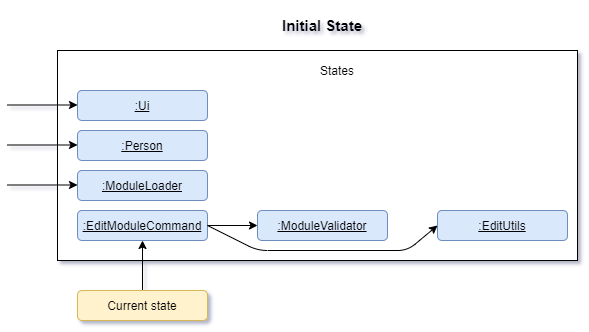
Above: docs/images/DeveloperGuide/editModuleCommand_initialState.png in vanessa-kang/tp (draw.io), before the change. Source tidied: cells renumbered, new cells last; positions are measured from the earlier drawing's top-left corner, leaving out a move shared by most shapes. The source it was exported from:
```xml
<mxGraphModel shadow="1">
  <root>
    <mxCell id="0" />
    <mxCell id="1" parent="0" />
    <mxCell id="2" value="&lt;font style=&quot;font-size: 15px&quot;&gt;&lt;b&gt;Initial State&lt;/b&gt;&lt;/font&gt;" style="text;html=1;strokeColor=none;fillColor=none;align=center;verticalAlign=middle;whiteSpace=wrap;rounded=0;" parent="1" vertex="1">
      <mxGeometry x="270" width="90" height="50" as="geometry" />
    </mxCell>
    <mxCell id="3" style="rounded=0;whiteSpace=wrap;html=1;" parent="1" vertex="1">
      <mxGeometry x="50" y="50" width="520" height="210" as="geometry" />
    </mxCell>
    <mxCell id="4" value="States" style="text;html=1;strokeColor=none;fillColor=none;align=center;verticalAlign=middle;whiteSpace=wrap;rounded=0;" parent="1" vertex="1">
      <mxGeometry x="310" y="60" width="40" height="20" as="geometry" />
    </mxCell>
    <mxCell id="5" value=":Ui" style="rounded=1;whiteSpace=wrap;html=1;fillColor=#dae8fc;strokeColor=#6c8ebf;fontStyle=4;" parent="1" vertex="1">
      <mxGeometry x="70" y="90" width="130" height="30" as="geometry" />
    </mxCell>
    <mxCell id="6" value=":Person" style="rounded=1;whiteSpace=wrap;html=1;fillColor=#dae8fc;strokeColor=#6c8ebf;fontStyle=4;" parent="1" vertex="1">
      <mxGeometry x="70" y="130" width="130" height="30" as="geometry" />
    </mxCell>
    <mxCell id="7" value=":ModuleLoader" style="rounded=1;whiteSpace=wrap;html=1;fillColor=#dae8fc;strokeColor=#6c8ebf;fontStyle=4;" parent="1" vertex="1">
      <mxGeometry x="70" y="170" width="130" height="30" as="geometry" />
    </mxCell>
    <mxCell id="8" value=":EditModuleCommand" style="rounded=1;whiteSpace=wrap;html=1;fillColor=#dae8fc;strokeColor=#6c8ebf;fontStyle=4;" parent="1" vertex="1">
      <mxGeometry x="70" y="210" width="130" height="30" as="geometry" />
    </mxCell>
    <mxCell id="9" value=":ModuleValidator" style="rounded=1;whiteSpace=wrap;html=1;fillColor=#dae8fc;strokeColor=#6c8ebf;fontStyle=4;" parent="1" vertex="1">
      <mxGeometry x="250" y="210" width="130" height="30" as="geometry" />
    </mxCell>
    <mxCell id="10" value=":EditUtils" style="rounded=1;whiteSpace=wrap;html=1;fillColor=#dae8fc;strokeColor=#6c8ebf;fontStyle=4;" parent="1" vertex="1">
      <mxGeometry x="430" y="210" width="130" height="30" as="geometry" />
    </mxCell>
    <mxCell id="11" style="endArrow=classic;html=1;" parent="1" edge="1">
      <mxGeometry relative="1" as="geometry">
        <mxPoint y="104.5" as="sourcePoint" />
        <mxPoint x="70" y="104.5" as="targetPoint" />
      </mxGeometry>
    </mxCell>
    <mxCell id="12" style="endArrow=classic;html=1;entryX=0.5;entryY=1;entryDx=0;entryDy=0;" parent="1" edge="1" target="8">
      <mxGeometry relative="1" as="geometry">
        <mxPoint x="135" y="290" as="sourcePoint" />
      </mxGeometry>
    </mxCell>
    <mxCell id="13" style="endArrow=classic;html=1;" parent="1" edge="1">
      <mxGeometry relative="1" as="geometry">
        <mxPoint y="144.5" as="sourcePoint" />
        <mxPoint x="70" y="144.5" as="targetPoint" />
      </mxGeometry>
    </mxCell>
    <mxCell id="14" style="endArrow=classic;html=1;" parent="1" edge="1">
      <mxGeometry relative="1" as="geometry">
        <mxPoint y="184.5" as="sourcePoint" />
        <mxPoint x="70" y="184.5" as="targetPoint" />
      </mxGeometry>
    </mxCell>
    <mxCell id="15" value="Current state" style="rounded=1;whiteSpace=wrap;html=1;fillColor=#fff2cc;strokeColor=#d6b656;fontStyle=0;" parent="1" vertex="1">
      <mxGeometry x="70" y="290" width="130" height="30" as="geometry" />
    </mxCell>
    <mxCell id="16" style="endArrow=classic;html=1;entryX=0;entryY=0.5;entryDx=0;entryDy=0;" parent="1" edge="1" target="9">
      <mxGeometry relative="1" as="geometry">
        <mxPoint x="200" y="225" as="sourcePoint" />
      </mxGeometry>
    </mxCell>
    <mxCell id="17" style="endArrow=classic;html=1;entryX=0;entryY=0.5;entryDx=0;entryDy=0;exitX=1;exitY=0.5;exitDx=0;exitDy=0;" parent="1" edge="1" source="8" target="10">
      <mxGeometry relative="1" as="geometry">
        <Array as="points">
          <mxPoint x="250" y="250" />
          <mxPoint x="400" y="250" />
        </Array>
      </mxGeometry>
    </mxCell>
  </root>
</mxGraphModel>
```
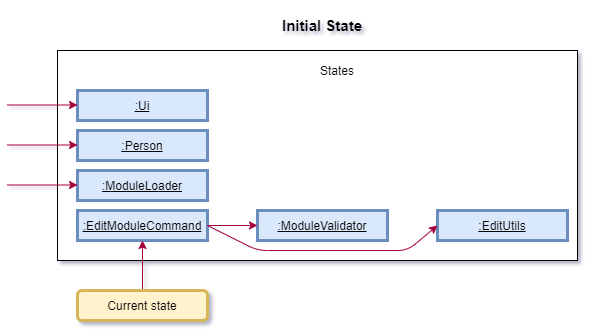
After the change.

Commit message:
Amended state diagram formats in DG

Change to the diagram source:
```diff
@@ -11,56 +11,56 @@
     <mxCell id="4" value="States" style="text;html=1;strokeColor=none;fillColor=none;align=center;verticalAlign=middle;whiteSpace=wrap;rounded=0;" parent="1" vertex="1">
       <mxGeometry x="310" y="60" width="40" height="20" as="geometry" />
     </mxCell>
-    <mxCell id="5" value=":Ui" style="rounded=1;whiteSpace=wrap;html=1;fillColor=#dae8fc;strokeColor=#6c8ebf;fontStyle=4;" parent="1" vertex="1">
+    <mxCell id="5" value=":Ui" style="rounded=0;whiteSpace=wrap;html=1;fillColor=#dae8fc;strokeColor=#6c8ebf;fontStyle=4;strokeWidth=3;" parent="1" vertex="1">
       <mxGeometry x="70" y="90" width="130" height="30" as="geometry" />
     </mxCell>
-    <mxCell id="6" value=":Person" style="rounded=1;whiteSpace=wrap;html=1;fillColor=#dae8fc;strokeColor=#6c8ebf;fontStyle=4;" parent="1" vertex="1">
+    <mxCell id="6" value=":Person" style="rounded=0;whiteSpace=wrap;html=1;fillColor=#dae8fc;strokeColor=#6c8ebf;fontStyle=4;strokeWidth=3;" parent="1" vertex="1">
       <mxGeometry x="70" y="130" width="130" height="30" as="geometry" />
     </mxCell>
-    <mxCell id="7" value=":ModuleLoader" style="rounded=1;whiteSpace=wrap;html=1;fillColor=#dae8fc;strokeColor=#6c8ebf;fontStyle=4;" parent="1" vertex="1">
+    <mxCell id="7" value=":ModuleLoader" style="rounded=0;whiteSpace=wrap;html=1;fillColor=#dae8fc;strokeColor=#6c8ebf;fontStyle=4;strokeWidth=3;" parent="1" vertex="1">
       <mxGeometry x="70" y="170" width="130" height="30" as="geometry" />
     </mxCell>
-    <mxCell id="8" value=":EditModuleCommand" style="rounded=1;whiteSpace=wrap;html=1;fillColor=#dae8fc;strokeColor=#6c8ebf;fontStyle=4;" parent="1" vertex="1">
+    <mxCell id="8" value=":EditModuleCommand" style="rounded=0;whiteSpace=wrap;html=1;fillColor=#dae8fc;strokeColor=#6c8ebf;fontStyle=4;strokeWidth=3;" parent="1" vertex="1">
       <mxGeometry x="70" y="210" width="130" height="30" as="geometry" />
     </mxCell>
-    <mxCell id="9" value=":ModuleValidator" style="rounded=1;whiteSpace=wrap;html=1;fillColor=#dae8fc;strokeColor=#6c8ebf;fontStyle=4;" parent="1" vertex="1">
+    <mxCell id="9" value=":ModuleValidator" style="rounded=0;whiteSpace=wrap;html=1;fillColor=#dae8fc;strokeColor=#6c8ebf;fontStyle=4;strokeWidth=3;" parent="1" vertex="1">
       <mxGeometry x="250" y="210" width="130" height="30" as="geometry" />
     </mxCell>
-    <mxCell id="10" value=":EditUtils" style="rounded=1;whiteSpace=wrap;html=1;fillColor=#dae8fc;strokeColor=#6c8ebf;fontStyle=4;" parent="1" vertex="1">
+    <mxCell id="10" value=":EditUtils" style="rounded=0;whiteSpace=wrap;html=1;fillColor=#dae8fc;strokeColor=#6c8ebf;fontStyle=4;strokeWidth=3;" parent="1" vertex="1">
       <mxGeometry x="430" y="210" width="130" height="30" as="geometry" />
     </mxCell>
-    <mxCell id="11" style="endArrow=classic;html=1;" parent="1" edge="1">
+    <mxCell id="11" style="endArrow=classic;html=1;fillColor=#d80073;strokeColor=#A50040;" parent="1" edge="1">
       <mxGeometry relative="1" as="geometry">
         <mxPoint y="104.5" as="sourcePoint" />
         <mxPoint x="70" y="104.5" as="targetPoint" />
       </mxGeometry>
     </mxCell>
-    <mxCell id="12" style="endArrow=classic;html=1;entryX=0.5;entryY=1;entryDx=0;entryDy=0;" parent="1" edge="1" target="8">
+    <mxCell id="12" style="endArrow=classic;html=1;entryX=0.5;entryY=1;entryDx=0;entryDy=0;fillColor=#d80073;strokeColor=#A50040;" parent="1" edge="1" target="8">
       <mxGeometry relative="1" as="geometry">
         <mxPoint x="135" y="290" as="sourcePoint" />
       </mxGeometry>
     </mxCell>
-    <mxCell id="13" style="endArrow=classic;html=1;" parent="1" edge="1">
+    <mxCell id="13" style="endArrow=classic;html=1;fillColor=#d80073;strokeColor=#A50040;" parent="1" edge="1">
       <mxGeometry relative="1" as="geometry">
         <mxPoint y="144.5" as="sourcePoint" />
         <mxPoint x="70" y="144.5" as="targetPoint" />
       </mxGeometry>
     </mxCell>
-    <mxCell id="14" style="endArrow=classic;html=1;" parent="1" edge="1">
+    <mxCell id="14" style="endArrow=classic;html=1;fillColor=#d80073;strokeColor=#A50040;" parent="1" edge="1">
       <mxGeometry relative="1" as="geometry">
         <mxPoint y="184.5" as="sourcePoint" />
         <mxPoint x="70" y="184.5" as="targetPoint" />
       </mxGeometry>
     </mxCell>
-    <mxCell id="15" value="Current state" style="rounded=1;whiteSpace=wrap;html=1;fillColor=#fff2cc;strokeColor=#d6b656;fontStyle=0;" parent="1" vertex="1">
+    <mxCell id="15" value="Current state" style="rounded=1;whiteSpace=wrap;html=1;fillColor=#fff2cc;strokeColor=#d6b656;fontStyle=0;strokeWidth=3;" parent="1" vertex="1">
       <mxGeometry x="70" y="290" width="130" height="30" as="geometry" />
     </mxCell>
-    <mxCell id="16" style="endArrow=classic;html=1;entryX=0;entryY=0.5;entryDx=0;entryDy=0;" parent="1" edge="1" target="9">
+    <mxCell id="16" style="endArrow=classic;html=1;entryX=0;entryY=0.5;entryDx=0;entryDy=0;fillColor=#d80073;strokeColor=#A50040;" parent="1" edge="1" target="9">
       <mxGeometry relative="1" as="geometry">
         <mxPoint x="200" y="225" as="sourcePoint" />
       </mxGeometry>
     </mxCell>
-    <mxCell id="17" style="endArrow=classic;html=1;entryX=0;entryY=0.5;entryDx=0;entryDy=0;exitX=1;exitY=0.5;exitDx=0;exitDy=0;" parent="1" edge="1" source="8" target="10">
+    <mxCell id="17" style="endArrow=classic;html=1;entryX=0;entryY=0.5;entryDx=0;entryDy=0;exitX=1;exitY=0.5;exitDx=0;exitDy=0;fillColor=#d80073;strokeColor=#A50040;startSize=6;" parent="1" edge="1" source="8" target="10">
       <mxGeometry relative="1" as="geometry">
         <Array as="points">
           <mxPoint x="250" y="250" />
```
